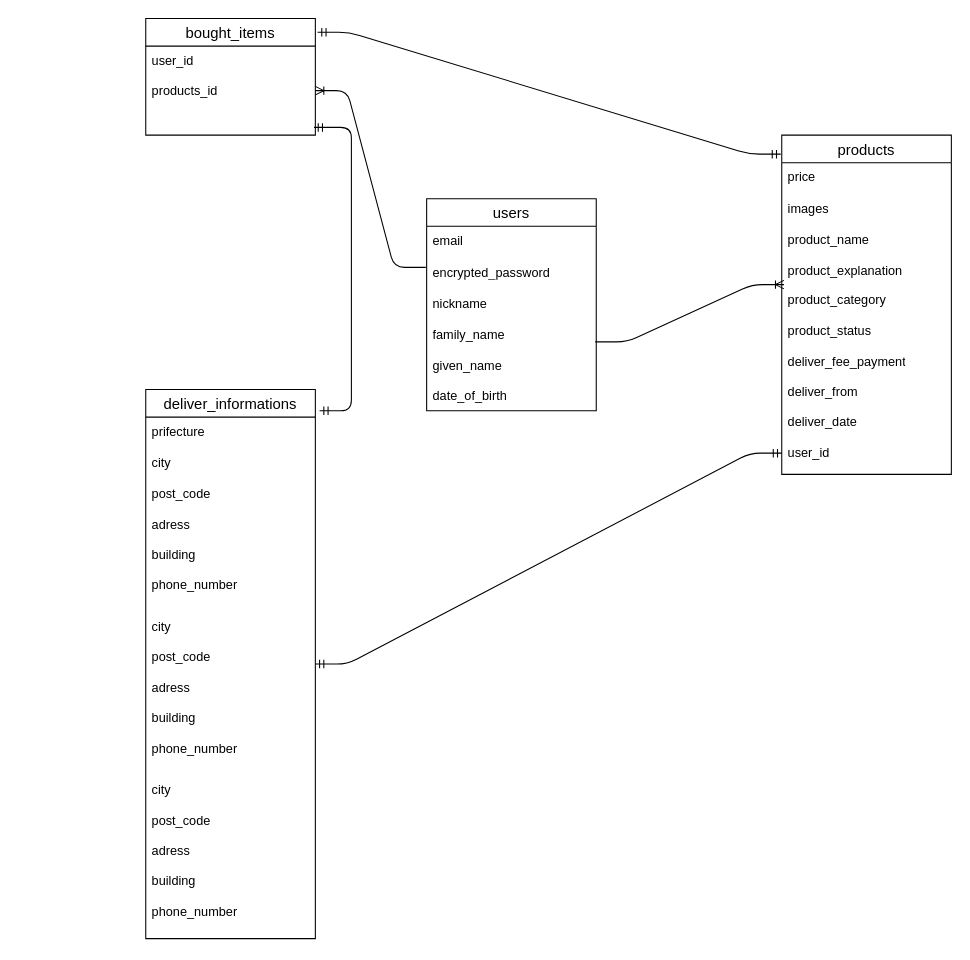
The draw.io diagram db/test.dio in kotagau/furima-42269, before the edit. Source tidied: cells renumbered, new cells numbered last; positions are measured from the earlier drawing's top-left corner, leaving out a move shared by most shapes. Both pictures are drawn from the tidied source at 106%, with x=0, y=0 at pixel (18, 18).
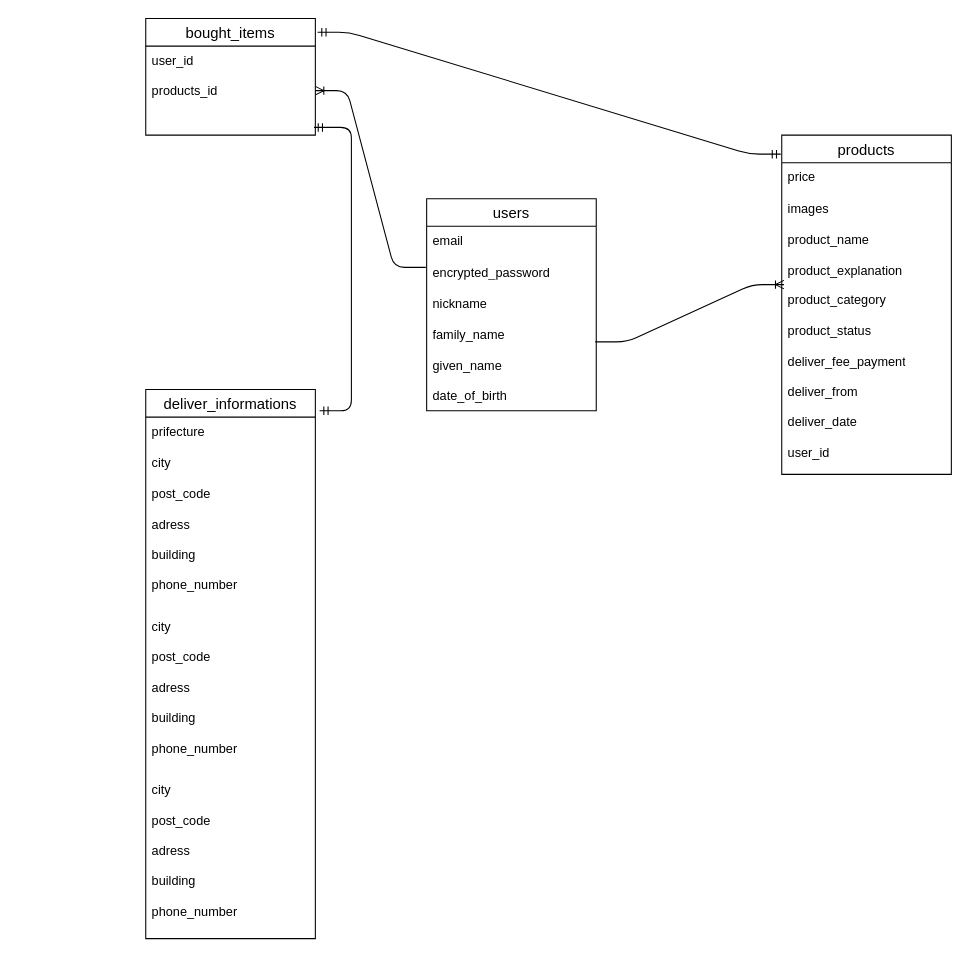
Above is the later version.

The edit, as a diff of the source:
```diff
@@
-    <mxCell id="21" style="edgeStyle=entityRelationEdgeStyle;fontSize=12;html=1;endArrow=ERmandOne;startArrow=ERmandOne;" parent="1" edge="1">
-      <mxGeometry relative="1" as="geometry">
-        <mxPoint x="280" y="609" as="sourcePoint" />
-        <mxPoint x="720" y="410" as="targetPoint" />
-      </mxGeometry>
-    </mxCell>
```
